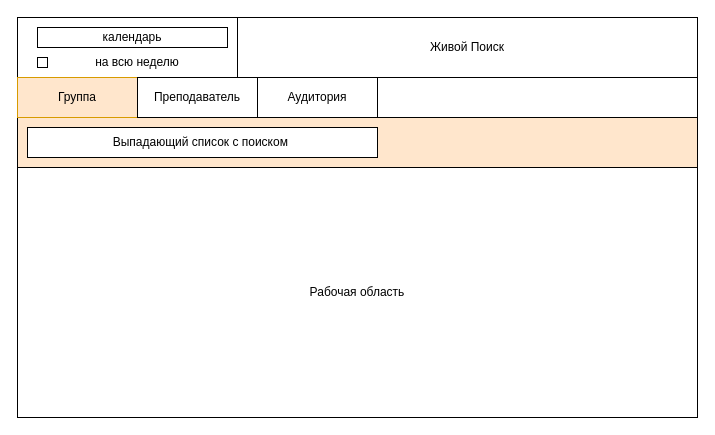
This is page "on pc" (1 of 2) of схема формы на ПК.drawio from Sayikoro/DBFRead, a draw.io file, before an edit. Source tidied: cells renumbered, new cells numbered last; positions are measured from the earlier drawing's top-left corner, leaving out a move shared by most shapes. Both pictures are drawn from the tidied source at 100%, with x=0, y=0 at pixel (17, 17).
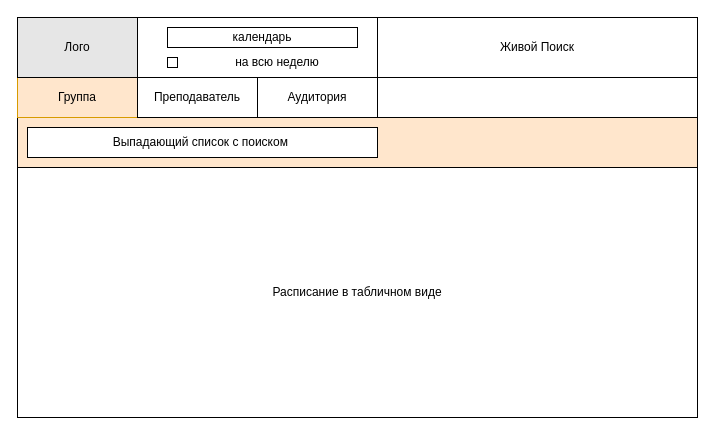
After the change.

What changed in the source:
```diff
@@
 <mxGraphModel>
   <root>
     <mxCell id="0" />
     <mxCell id="1" parent="0" />
-    <mxCell id="2" style="group;" parent="1" vertex="1">
-      <mxGeometry width="680" height="400" as="geometry" />
-    </mxCell>
-    <mxCell id="3" style="rounded=0;whiteSpace=wrap;html=1;fillColor=#ffe6cc;" parent="2" vertex="1">
+    <mxCell id="3" style="rounded=0;whiteSpace=wrap;html=1;fillColor=#ffe6cc;" parent="1" vertex="1">
       <mxGeometry width="680" height="400" as="geometry" />
     </mxCell>
-    <mxCell id="4" style="rounded=0;whiteSpace=wrap;html=1;" parent="2" vertex="1">
-      <mxGeometry width="230" height="60" as="geometry" />
+    <mxCell id="4" style="rounded=0;whiteSpace=wrap;html=1;" parent="1" vertex="1">
+      <mxGeometry x="120" width="250" height="60" as="geometry" />
     </mxCell>
-    <mxCell id="5" value="календарь" style="rounded=0;whiteSpace=wrap;html=1;" parent="2" vertex="1">
-      <mxGeometry x="20" y="10" width="190" height="20" as="geometry" />
+    <mxCell id="5" value="календарь" style="rounded=0;whiteSpace=wrap;html=1;" parent="1" vertex="1">
+      <mxGeometry x="150" y="10" width="190" height="20" as="geometry" />
     </mxCell>
-    <mxCell id="6" style="rounded=0;whiteSpace=wrap;html=1;" parent="2" vertex="1">
-      <mxGeometry x="20" y="40" width="10" height="10" as="geometry" />
+    <mxCell id="6" style="rounded=0;whiteSpace=wrap;html=1;" parent="1" vertex="1">
+      <mxGeometry x="150" y="40" width="10" height="10" as="geometry" />
     </mxCell>
-    <mxCell id="7" value="на всю неделю" style="text;html=1;strokeColor=none;fillColor=none;align=center;verticalAlign=middle;whiteSpace=wrap;rounded=0;" parent="2" vertex="1">
-      <mxGeometry x="40" y="35" width="160" height="20" as="geometry" />
+    <mxCell id="7" value="на всю неделю" style="text;html=1;strokeColor=none;fillColor=none;align=center;verticalAlign=middle;whiteSpace=wrap;rounded=0;" parent="1" vertex="1">
+      <mxGeometry x="180" y="35" width="160" height="20" as="geometry" />
     </mxCell>
-    <mxCell id="8" value="Живой Поиск&lt;br&gt;" style="rounded=0;whiteSpace=wrap;html=1;" parent="2" vertex="1">
-      <mxGeometry x="220" width="460" height="60" as="geometry" />
+    <mxCell id="8" value="Живой Поиск&lt;br&gt;" style="rounded=0;whiteSpace=wrap;html=1;" parent="1" vertex="1">
+      <mxGeometry x="360" width="320" height="60" as="geometry" />
     </mxCell>
-    <mxCell id="9" value="Выпадающий список с поиском&amp;nbsp;" style="rounded=0;whiteSpace=wrap;html=1;strokeColor=#000000;" parent="2" vertex="1">
+    <mxCell id="9" value="Выпадающий список с поиском&amp;nbsp;" style="rounded=0;whiteSpace=wrap;html=1;strokeColor=#000000;" parent="1" vertex="1">
       <mxGeometry x="10" y="110" width="350" height="30" as="geometry" />
     </mxCell>
-    <mxCell id="10" value="Рабочая область" style="rounded=0;whiteSpace=wrap;html=1;strokeColor=#000000;" parent="2" vertex="1">
+    <mxCell id="10" value="Расписание в табличном виде" style="rounded=0;whiteSpace=wrap;html=1;strokeColor=#000000;" parent="1" vertex="1">
       <mxGeometry y="150" width="680" height="250" as="geometry" />
     </mxCell>
-    <mxCell id="11" style="group;" parent="2" vertex="1">
+    <mxCell id="11" style="group;" parent="1" vertex="1">
       <mxGeometry y="60" width="680" height="40" as="geometry" />
     </mxCell>
     <mxCell id="12" value="Группа" style="rounded=0;whiteSpace=wrap;html=1;fillColor=#ffe6cc;strokeColor=#d79b00;" parent="11" vertex="1">
       <mxGeometry width="120" height="40" as="geometry" />
     </mxCell>
     <mxCell id="13" value="Преподаватель" style="rounded=0;whiteSpace=wrap;html=1;" parent="11" vertex="1">
       <mxGeometry x="120" width="120" height="40" as="geometry" />
     </mxCell>
     <mxCell id="14" value="Аудитория" style="rounded=0;whiteSpace=wrap;html=1;" parent="11" vertex="1">
       <mxGeometry x="240" width="120" height="40" as="geometry" />
     </mxCell>
     <mxCell id="15" style="rounded=0;whiteSpace=wrap;html=1;perimeterSpacing=0;" parent="11" vertex="1">
       <mxGeometry x="360" width="320" height="40" as="geometry" />
     </mxCell>
+    <mxCell id="16" value="Лого" style="rounded=0;whiteSpace=wrap;html=1;fillColor=#E6E6E6;" parent="1" vertex="1">
+      <mxGeometry width="120" height="60" as="geometry" />
+    </mxCell>
   </root>
 </mxGraphModel>
```
